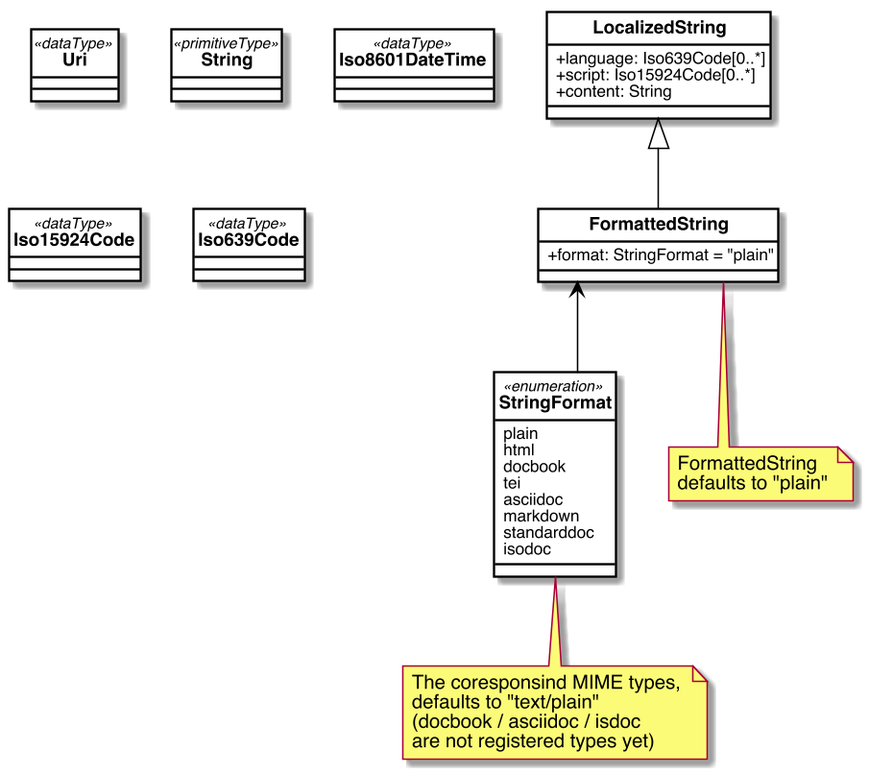
Earlier version of the PlantUML export images/DataTypes.png (metanorma/basicdoc-models).
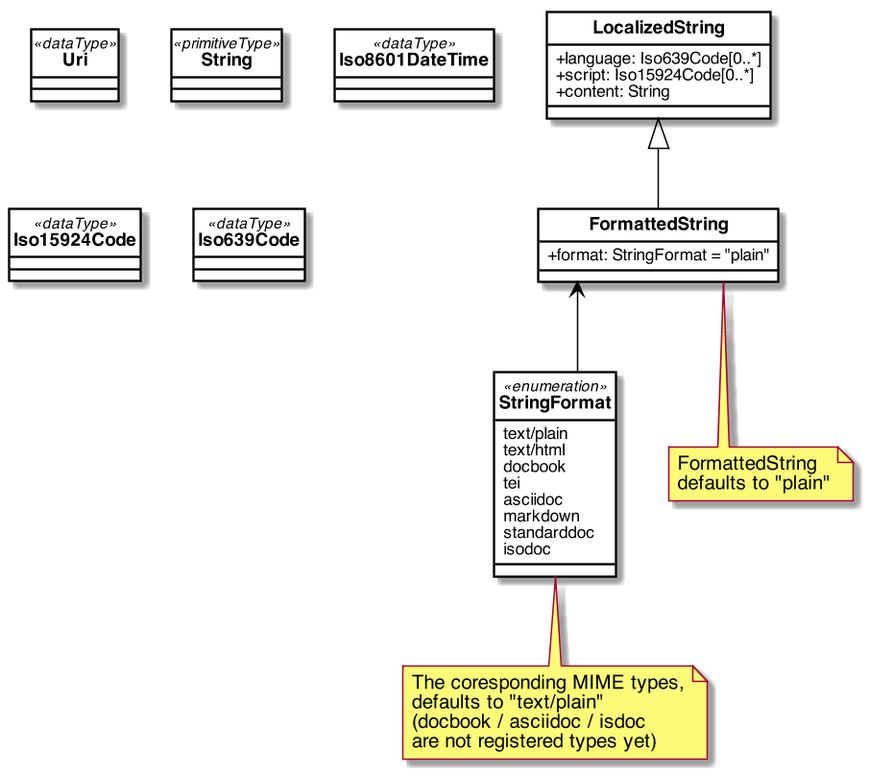
After the change.

The edit, as a diff of the source:
```diff
@@ -72,8 +72,8 @@
 }
 
 enum StringFormat <<enumeration>> {
-    plain
-    html
+    text/plain
+    text/html
     docbook
     tei
     asciidoc
@@ -84,7 +84,7 @@
 
 
 note bottom of FormattedString: FormattedString\ndefaults to "plain"
-note bottom of StringFormat: The coresponsind MIME types,\ndefaults to "text/plain"\n(docbook / asciidoc / isdoc\nare not registered types yet)
+note bottom of StringFormat: The coresponding MIME types,\ndefaults to "text/plain"\n(docbook / asciidoc / isdoc\nare not registered types yet)
 
 
 LocalizedString <|-- FormattedString
```
